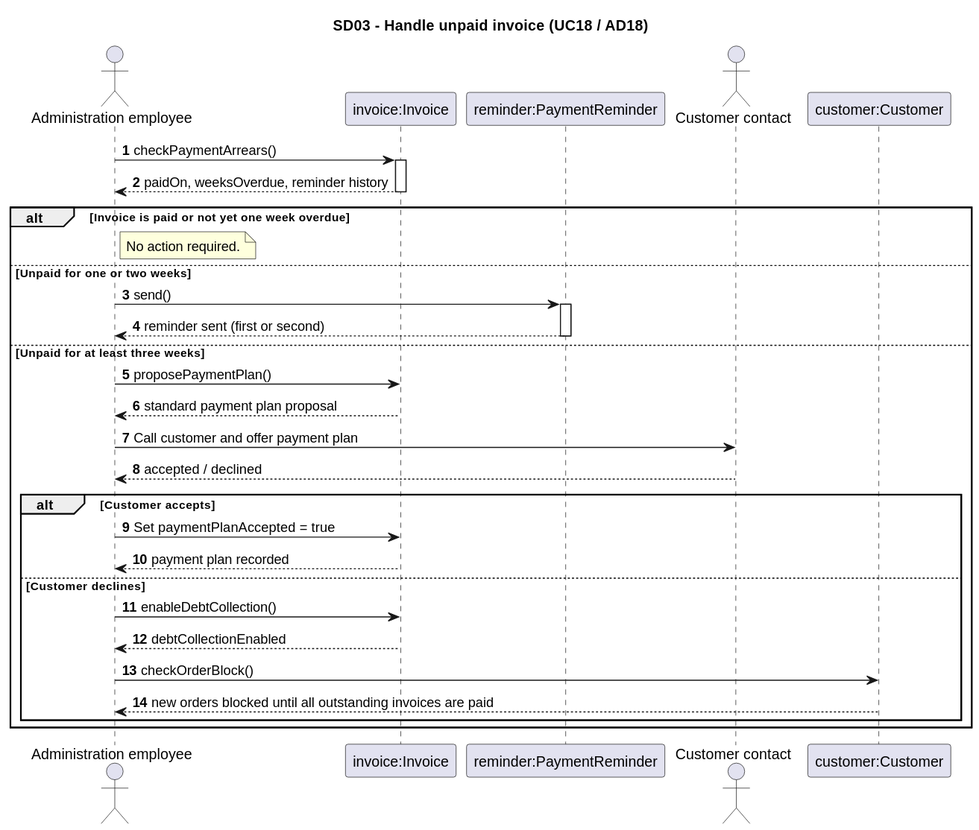
Above: Documentation/Architecture/uml/export/sequence_diagrams/SD03_KlantHeeftNietBetaald.svg in ViktorQorri/Project-Timaflu (PlantUML), before the change.
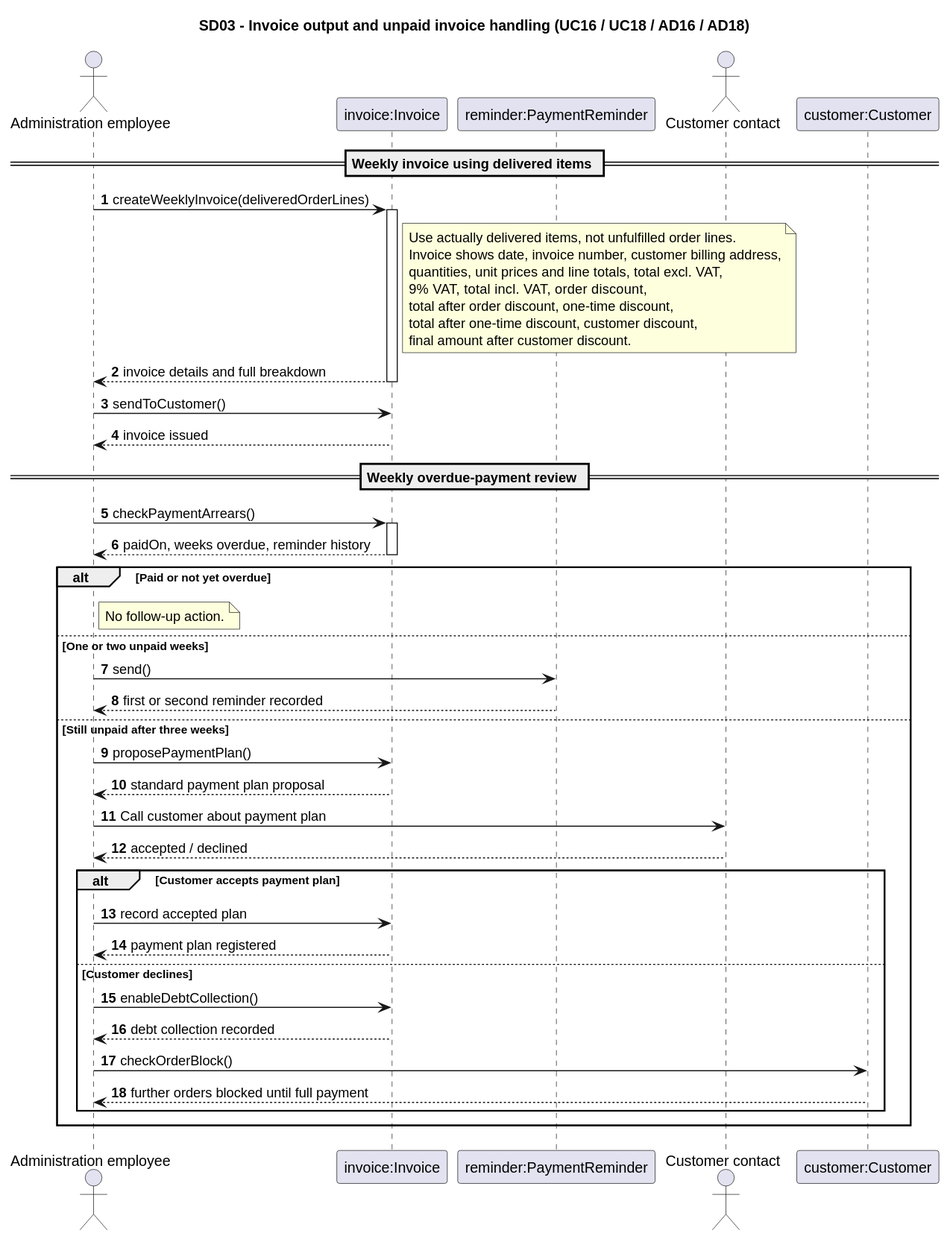
Above is the later version.

Commit message:
Align sequence discount, supplier and invoice paths with assessed case

What changed in the source:
```diff
@@ -1,35 +1,53 @@
 @startuml
-title SD03 - Handle unpaid invoice (UC18 / AD18)
+title SD03 - Invoice output and unpaid invoice handling (UC16 / UC18 / AD16 / AD18)
 autonumber
+
 actor "Administration employee" as Admin
 participant "invoice:Invoice" as Invoice
 participant "reminder:PaymentReminder" as Reminder
 actor "Customer contact" as Contact
 participant "customer:Customer" as Customer
+
+== Weekly invoice using delivered items ==
+Admin -> Invoice: createWeeklyInvoice(deliveredOrderLines)
+activate Invoice
+note right of Invoice
+  Use actually delivered items, not unfulfilled order lines.
+  Invoice shows date, invoice number, customer billing address,
+  quantities, unit prices and line totals, total excl. VAT,
+  9% VAT, total incl. VAT, order discount,
+  total after order discount, one-time discount,
+  total after one-time discount, customer discount,
+  final amount after customer discount.
+end note
+Invoice --> Admin: invoice details and full breakdown
+deactivate Invoice
+Admin -> Invoice: sendToCustomer()
+Invoice --> Admin: invoice issued
+
+== Weekly overdue-payment review ==
 Admin -> Invoice: checkPaymentArrears()
 activate Invoice
-Invoice --> Admin: paidOn, weeksOverdue, reminder history
+Invoice --> Admin: paidOn, weeks overdue, reminder history
 deactivate Invoice
-alt Invoice is paid or not yet one week overdue
-  note right of Admin: No action required.
-else Unpaid for one or two weeks
+alt Paid or not yet overdue
+  note right of Admin: No follow-up action.
+else One or two unpaid weeks
   Admin -> Reminder: send()
-  activate Reminder
-  Reminder --> Admin: reminder sent (first or second)
-  deactivate Reminder
-else Unpaid for at least three weeks
+  Reminder --> Admin: first or second reminder recorded
+else Still unpaid after three weeks
   Admin -> Invoice: proposePaymentPlan()
   Invoice --> Admin: standard payment plan proposal
-  Admin -> Contact: Call customer and offer payment plan
+  Admin -> Contact: Call customer about payment plan
   Contact --> Admin: accepted / declined
-  alt Customer accepts
-    Admin -> Invoice: Set paymentPlanAccepted = true
-    Invoice --> Admin: payment plan recorded
+  alt Customer accepts payment plan
+    Admin -> Invoice: record accepted plan
+    Invoice --> Admin: payment plan registered
   else Customer declines
     Admin -> Invoice: enableDebtCollection()
-    Invoice --> Admin: debtCollectionEnabled
+    Invoice --> Admin: debt collection recorded
     Admin -> Customer: checkOrderBlock()
-    Customer --> Admin: new orders blocked until all outstanding invoices are paid
+    Customer --> Admin: further orders blocked until full payment
   end
 end
 @enduml
```
